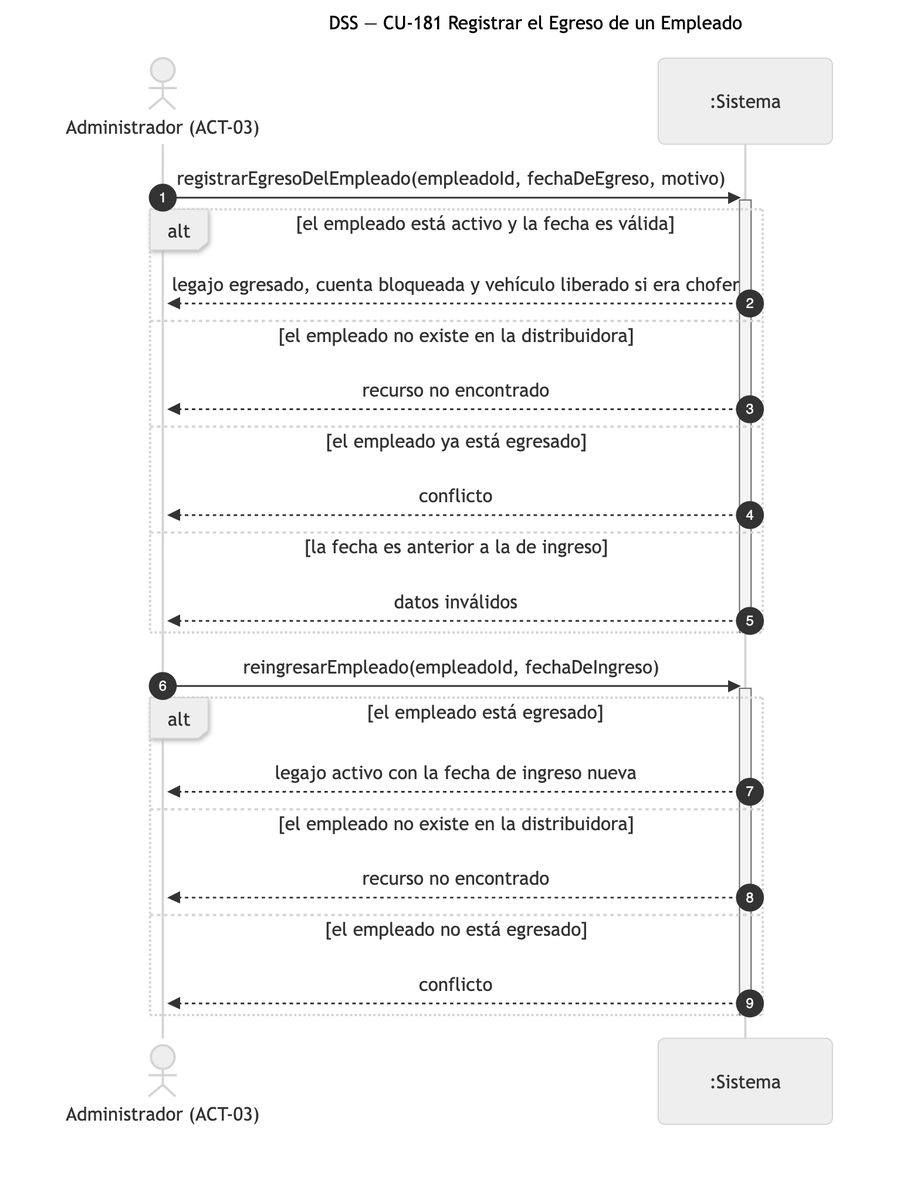
The Mermaid diagram diagramas/png/DSS_CU-181_Registrar-el-Egreso-de-un-Empleado.png in Nahuelito-Dev/splg-docs, before a commit. Its source is kept beside it as diagramas/DSS_CU-181_Registrar-el-Egreso-de-un-Empleado.mmd.
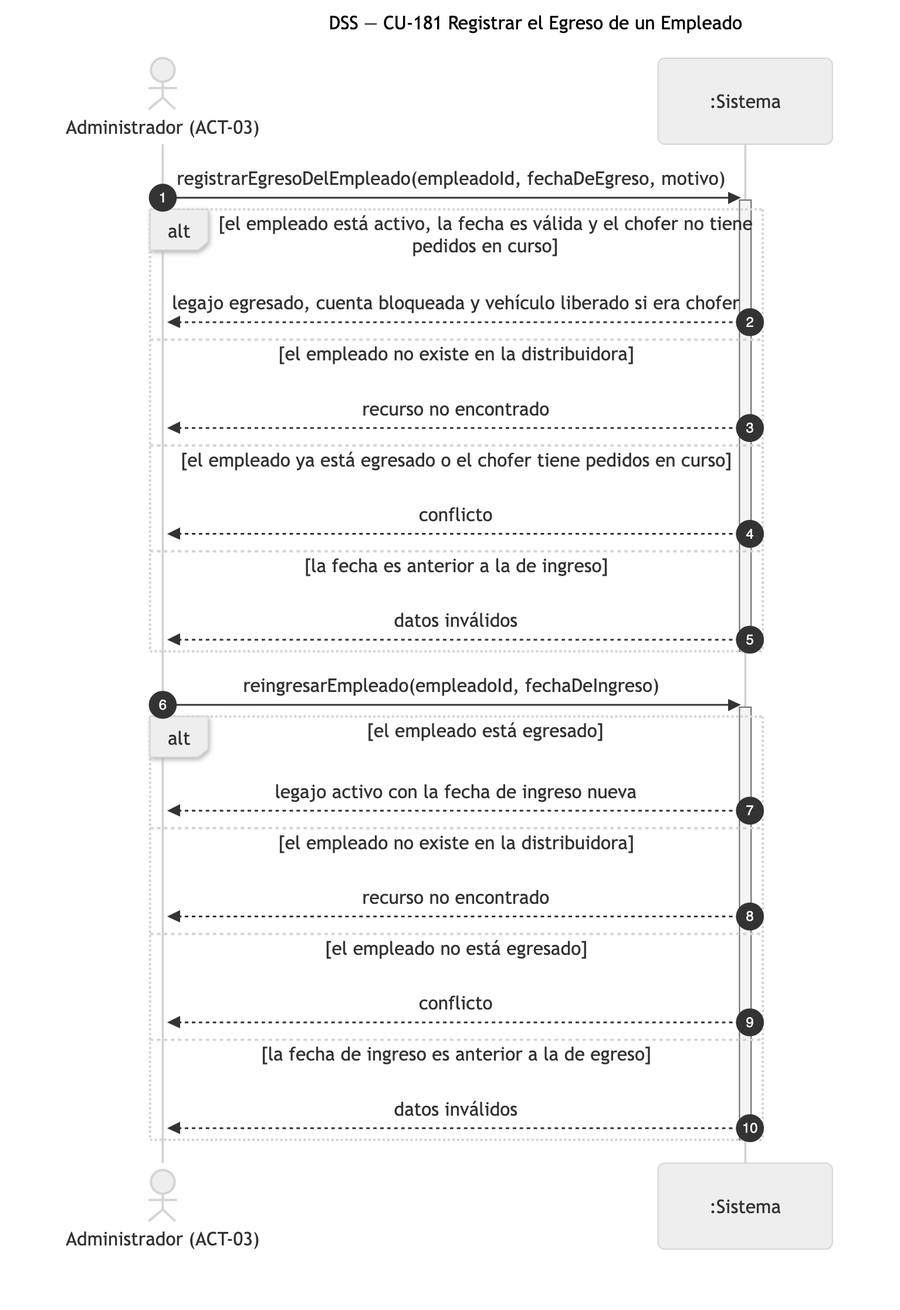
Above is the later version.

Diff of the diagram source:
```diff
@@ -6,11 +6,11 @@
 
     ADM->>SIS: registrarEgresoDelEmpleado(empleadoId, fechaDeEgreso, motivo)
     activate SIS
-    alt el empleado está activo y la fecha es válida
+    alt el empleado está activo, la fecha es válida y el chofer no tiene pedidos en curso
         SIS-->>ADM: legajo egresado, cuenta bloqueada y vehículo liberado si era chofer
     else el empleado no existe en la distribuidora
         SIS-->>ADM: recurso no encontrado
-    else el empleado ya está egresado
+    else el empleado ya está egresado o el chofer tiene pedidos en curso
         SIS-->>ADM: conflicto
     else la fecha es anterior a la de ingreso
         SIS-->>ADM: datos inválidos
@@ -25,5 +25,7 @@
         SIS-->>ADM: recurso no encontrado
     else el empleado no está egresado
         SIS-->>ADM: conflicto
+    else la fecha de ingreso es anterior a la de egreso
+        SIS-->>ADM: datos inválidos
     end
     deactivate SIS
```
